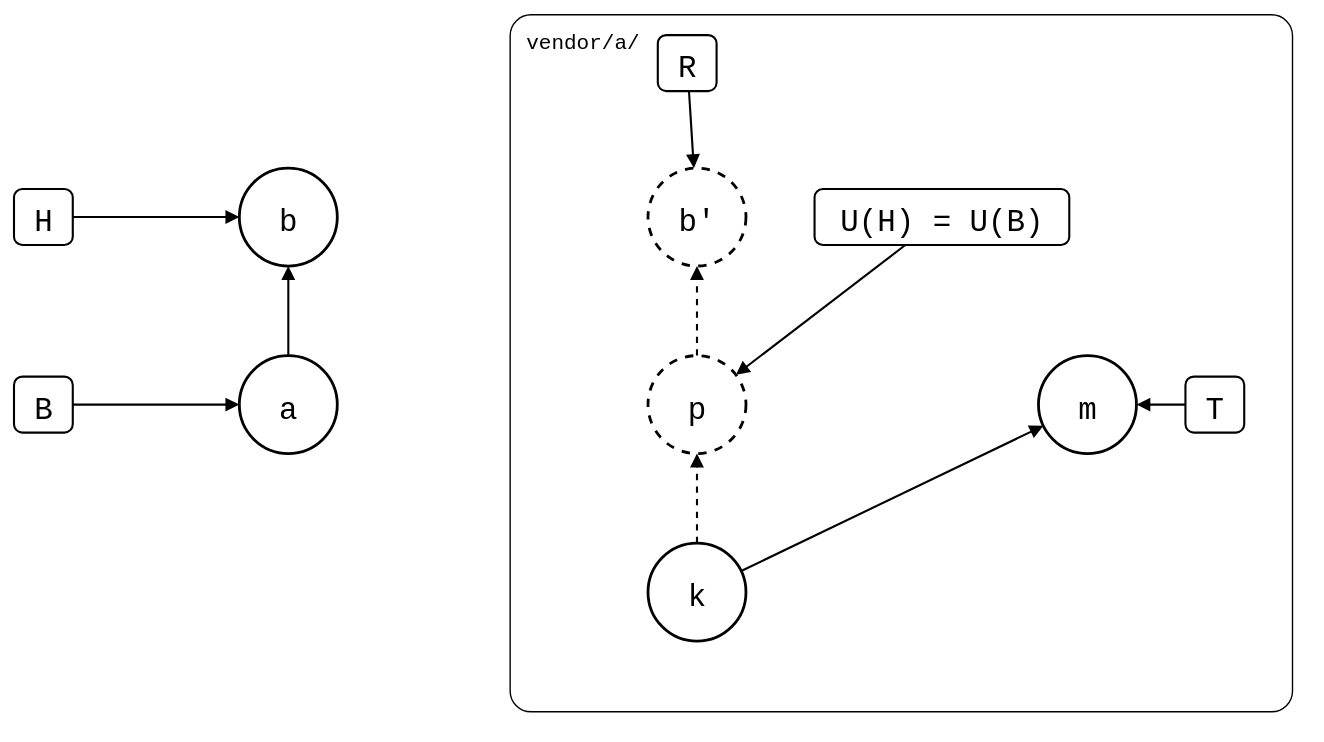
roschaefer/git-splice keeps this draw.io diagram as test/scenarios/06-rewritten-history/04-patch-branch-rebased/01-unpushed-local-commit/unpushed-local-commit.drawio.svg. Above is the earlier version. Source tidied: cells renumbered, new cells last; positions are measured from the earlier drawing's top-left corner, leaving out a move shared by most shapes.
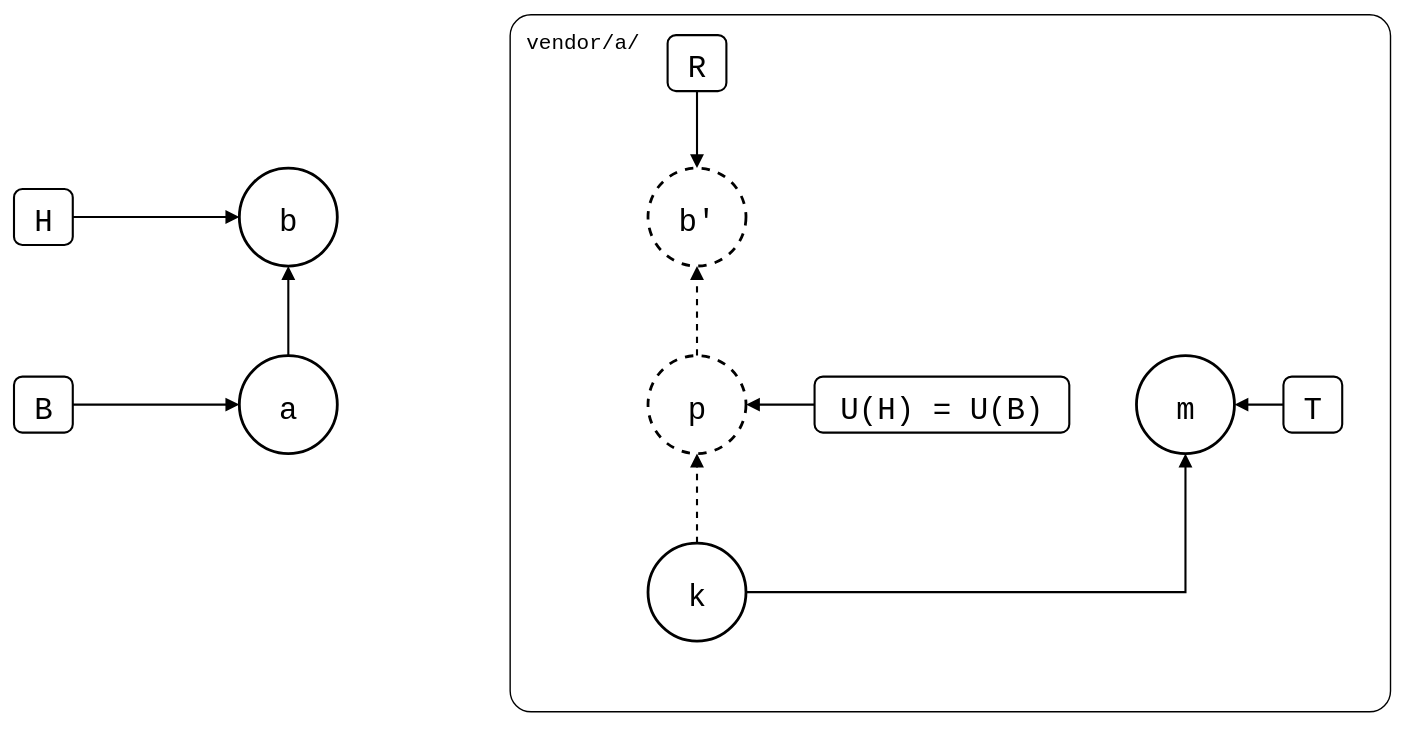
After the commit.

Commit message:
test(scenarios): draw the patch-branch drawings' arrows straight

Diagonal arrows made it harder to follow which commit a box names and
which commit m builds on. Each box now sits level with or directly above
its commit, and k's arrow to m bends at a right angle. The box above p
no longer covers the lane's label.

Change to the diagram source:
```diff
@@ -3,7 +3,7 @@
     <mxCell id="0" />
     <mxCell id="1" parent="0" />
     <mxCell id="2" value="vendor/a/" style="rounded=1;arcSize=3;fillColor=none;strokeWidth=1;fontSize=15;verticalAlign=top;align=left;spacingLeft=10;spacingTop=4;fontFamily=Roboto Mono,monospace;" parent="1" vertex="1">
-      <mxGeometry x="354" width="559" height="498" as="geometry" />
+      <mxGeometry x="354" width="629" height="498" as="geometry" />
     </mxCell>
     <mxCell id="3" value="a" style="ellipse;strokeWidth=2;fontSize=22;fontFamily=Roboto Mono,monospace;" parent="1" vertex="1">
       <mxGeometry x="161" y="244" width="70" height="70" as="geometry" />
@@ -21,7 +21,7 @@
       <mxGeometry x="453" y="110" width="70" height="70" as="geometry" />
     </mxCell>
     <mxCell id="8" value="m" style="ellipse;strokeWidth=2;fontSize=22;fontFamily=Roboto Mono,monospace;" parent="1" vertex="1">
-      <mxGeometry x="732" y="244" width="70" height="70" as="geometry" />
+      <mxGeometry x="802" y="244" width="70" height="70" as="geometry" />
     </mxCell>
     <mxCell id="9" value="H" style="rounded=1;strokeWidth=1.5;fontSize=22;fontFamily=Roboto Mono,monospace;" parent="1" vertex="1">
       <mxGeometry y="125" width="42" height="40" as="geometry" />
@@ -30,13 +30,13 @@
       <mxGeometry y="259" width="42" height="40" as="geometry" />
     </mxCell>
     <mxCell id="11" value="R" style="rounded=1;strokeWidth=1.5;fontSize=22;fontFamily=Roboto Mono,monospace;" parent="1" vertex="1">
-      <mxGeometry x="460" y="15" width="42" height="40" as="geometry" />
+      <mxGeometry x="467" y="15" width="42" height="40" as="geometry" />
     </mxCell>
     <mxCell id="12" value="U(H) = U(B)" style="rounded=1;strokeWidth=1.5;fontSize=22;fontFamily=Roboto Mono,monospace;" parent="1" vertex="1">
-      <mxGeometry x="572" y="125" width="182" height="40" as="geometry" />
+      <mxGeometry x="572" y="259" width="182" height="40" as="geometry" />
     </mxCell>
     <mxCell id="13" value="T" style="rounded=1;strokeWidth=1.5;fontSize=22;fontFamily=Roboto Mono,monospace;" parent="1" vertex="1">
-      <mxGeometry x="837" y="259" width="42" height="40" as="geometry" />
+      <mxGeometry x="907" y="259" width="42" height="40" as="geometry" />
     </mxCell>
     <mxCell id="14" style="endArrow=block;endFill=1;html=1;strokeWidth=1.5;rounded=0;" parent="1" edge="1" source="3" target="4">
       <mxGeometry relative="1" as="geometry" />
@@ -47,7 +47,7 @@
     <mxCell id="16" style="endArrow=block;endFill=1;html=1;strokeWidth=1.5;rounded=0;dashed=1;" parent="1" edge="1" source="6" target="7">
       <mxGeometry relative="1" as="geometry" />
     </mxCell>
-    <mxCell id="17" style="endArrow=block;endFill=1;html=1;strokeWidth=1.5;rounded=0;" parent="1" edge="1" source="5" target="8">
+    <mxCell id="17" style="edgeStyle=orthogonalEdgeStyle;exitX=1;exitY=0.5;entryX=0.5;entryY=1;endArrow=block;endFill=1;html=1;strokeWidth=1.5;rounded=0;" parent="1" edge="1" source="5" target="8">
       <mxGeometry relative="1" as="geometry" />
     </mxCell>
     <mxCell id="18" style="endArrow=block;endFill=1;html=1;strokeWidth=1.5;rounded=0;" parent="1" edge="1" source="9" target="4">
```
